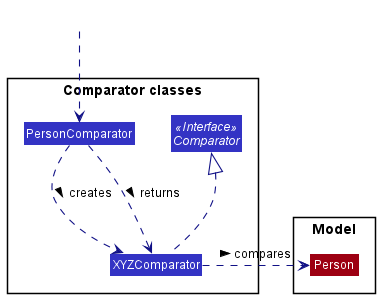
Before: docs/images/ComparatorClasses.png, a diagram exported from PlantUML (pranav-ganesh/tp).
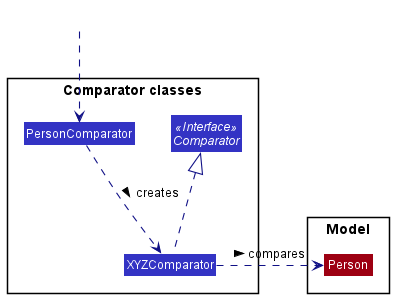
After the commit.

Change to the diagram source:
```diff
@@ -18,7 +18,6 @@
 HiddenOutside ..> PersonComparator
 
 PersonComparator .down.> XYZComparator: creates >
-PersonComparator .down.> XYZComparator: returns >
 
 XYZComparator .right.> Person : compares >
 XYZComparator .up.|> Comparator
```
